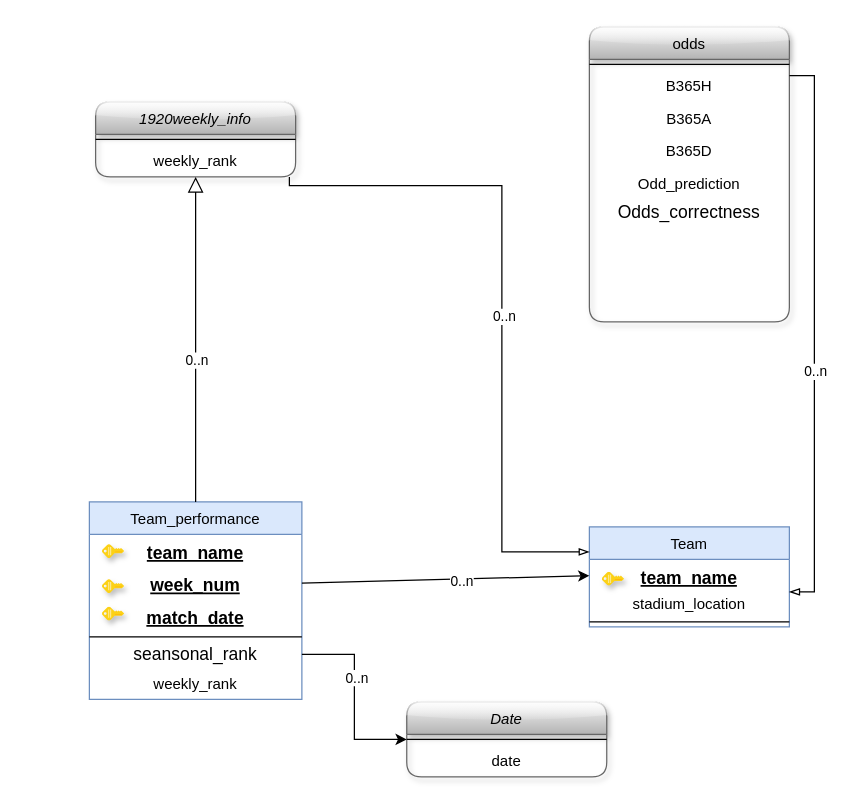
Earlier version of the draw.io diagram 未命名绘图.drawio (mingchao080910/awesome-javascript). Source tidied: cells renumbered, new cells numbered last; positions are measured from the earlier drawing's top-left corner, leaving out a move shared by most shapes. Both pictures are drawn from the tidied source at 125%, with x=0, y=0 at pixel (89, 26).
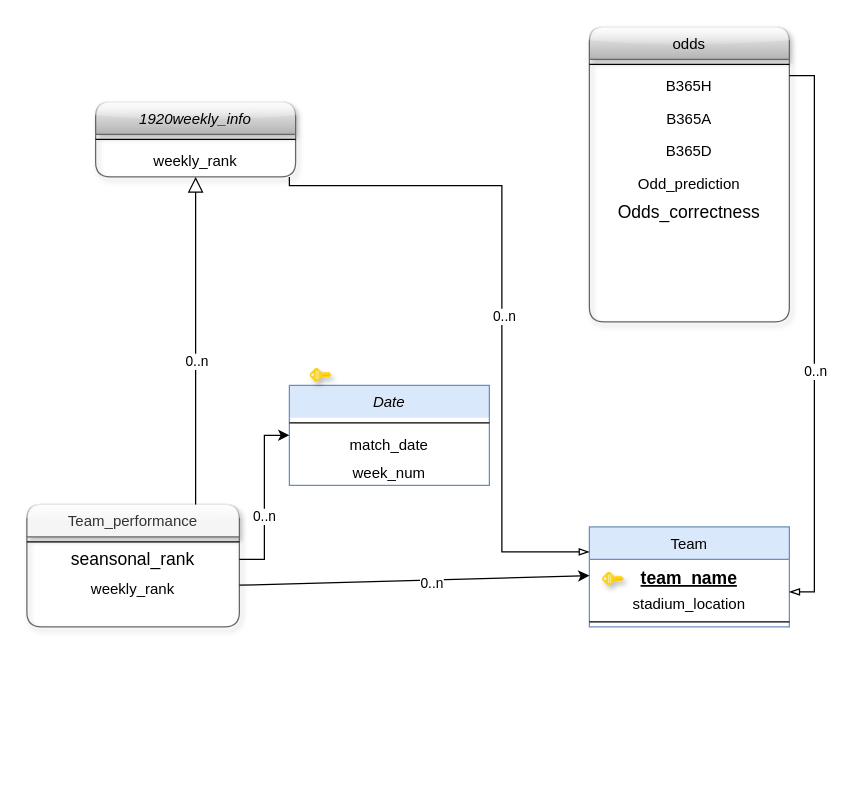
The same diagram, later.

Unchanged cells that the change refers to:
```xml
<mxCell id="16" value="team_name" style="text;align=center;verticalAlign=top;spacingLeft=4;spacingRight=4;overflow=hidden;points=[[0,0.5],[1,0.5]];portConstraint=eastwest;fontStyle=5;fontSize=14;" parent="15" vertex="1">
  <mxGeometry y="26" width="160" height="26" as="geometry" />
</mxCell>
```

The edit, as a diff of the source:
```diff
@@
-    <mxCell id="5" value="Team_performance" style="swimlane;fontStyle=0;align=center;verticalAlign=top;horizontal=1;startSize=26;rounded=0;shadow=0;strokeWidth=1;fillColor=#dae8fc;strokeColor=#6c8ebf;" parent="1" vertex="1">
-      <mxGeometry y="380" width="170" height="158" as="geometry" />
+    <mxCell id="5" value="Team_performance" style="swimlane;fontStyle=0;align=center;verticalAlign=top;horizontal=1;startSize=26;rounded=1;shadow=1;strokeWidth=1;fillColor=#f5f5f5;strokeColor=#666666;glass=1;fontColor=#333333;" parent="1" vertex="1">
+      <mxGeometry x="-50" y="382" width="170" height="98" as="geometry" />
     </mxCell>
-    <mxCell id="6" value="team_name" style="text;align=center;verticalAlign=top;spacingLeft=4;spacingRight=4;overflow=hidden;points=[[0,0.5],[1,0.5]];portConstraint=eastwest;fontStyle=5;fontSize=14;" parent="5" vertex="1">
-      <mxGeometry y="26" width="170" height="26" as="geometry" />
-    </mxCell>
-    <mxCell id="7" value="week_num" style="text;align=center;verticalAlign=top;spacingLeft=4;spacingRight=4;overflow=hidden;points=[[0,0.5],[1,0.5]];portConstraint=eastwest;rounded=0;shadow=0;html=0;fontSize=14;fontStyle=5;" parent="5" vertex="1">
-      <mxGeometry y="52" width="170" height="26" as="geometry" />
-    </mxCell>
-    <mxCell id="8" value="match_date" style="text;align=center;verticalAlign=top;spacingLeft=4;spacingRight=4;overflow=hidden;fontStyle=5;fontSize=14;" parent="5" vertex="1">
-      <mxGeometry y="78" width="170" height="26" as="geometry" />
-    </mxCell>
     <mxCell id="9" style="line;html=1;strokeWidth=1;align=center;verticalAlign=middle;spacingTop=-1;spacingLeft=3;spacingRight=3;labelPosition=right;" parent="5" vertex="1">
-      <mxGeometry y="104" width="170" height="8" as="geometry" />
+      <mxGeometry y="26" width="170" height="8" as="geometry" />
     </mxCell>
     <mxCell id="10" value="seansonal_rank" style="text;html=1;strokeColor=none;fillColor=none;align=center;verticalAlign=middle;whiteSpace=wrap;rounded=0;fontSize=14;" parent="5" vertex="1">
-      <mxGeometry y="112" width="170" height="20" as="geometry" />
+      <mxGeometry y="34" width="170" height="20" as="geometry" />
     </mxCell>
     <mxCell id="11" value="weekly_rank" style="text;align=center;verticalAlign=top;spacingLeft=4;spacingRight=4;overflow=hidden;points=[[0,0.5],[1,0.5]];portConstraint=eastwest;" parent="5" vertex="1">
-      <mxGeometry y="132" width="170" height="26" as="geometry" />
+      <mxGeometry y="54" width="170" height="26" as="geometry" />
     </mxCell>
-    <mxCell id="12" style="edgeStyle=orthogonalEdgeStyle;rounded=0;orthogonalLoop=1;jettySize=auto;html=1;exitX=1;exitY=0.5;exitDx=0;exitDy=0;fontSize=14;endArrow=blockThin;endFill=0;align=center;" parent="5" edge="1" source="6" target="6">
-      <mxGeometry relative="1" as="geometry" />
+    <mxCell id="12" style="edgeStyle=orthogonalEdgeStyle;rounded=0;orthogonalLoop=1;jettySize=auto;html=1;exitX=1;exitY=0.5;exitDx=0;exitDy=0;fontSize=14;endArrow=blockThin;endFill=0;align=center;" parent="5" edge="1">
+      <mxGeometry relative="1" as="geometry">
+        <mxPoint x="170" y="39" as="sourcePoint" />
+        <mxPoint x="170" y="39" as="targetPoint" />
+      </mxGeometry>
     </mxCell>
@@
-    <mxCell id="30" style="endArrow=classic;html=1;exitX=1;exitY=0.5;exitDx=0;exitDy=0;entryX=0;entryY=0.5;entryDx=0;entryDy=0;" parent="1" edge="1" source="7" target="16">
+    <mxCell id="30" style="endArrow=classic;html=1;entryX=0;entryY=0.5;entryDx=0;entryDy=0;" parent="1" edge="1" source="11" target="16">
       <mxGeometry relative="1" as="geometry" />
     </mxCell>
@@
-    <mxCell id="32" style="html=1;align=center;image;fontSize=12;image=img/lib/mscae/Key.svg;rounded=1;shadow=1;glass=1;rotation=-90;" parent="1" vertex="1">
-      <mxGeometry x="14" y="410" width="11" height="17.7" as="geometry" />
-    </mxCell>
-    <mxCell id="33" style="html=1;align=center;image;fontSize=12;image=img/lib/mscae/Key.svg;rounded=1;shadow=1;glass=1;rotation=-90;" parent="1" vertex="1">
-      <mxGeometry x="14" y="438" width="11" height="17.7" as="geometry" />
-    </mxCell>
-    <mxCell id="34" style="html=1;align=center;image;fontSize=12;image=img/lib/mscae/Key.svg;rounded=1;shadow=1;glass=1;rotation=-90;" parent="1" vertex="1">
-      <mxGeometry x="14" y="460" width="11" height="17.7" as="geometry" />
-    </mxCell>
@@
-    <mxCell id="36" value="Date" style="swimlane;fontStyle=2;align=center;verticalAlign=top;horizontal=1;startSize=26;rounded=1;shadow=1;strokeWidth=1;fillColor=#f5f5f5;strokeColor=#666666;gradientColor=#b3b3b3;glass=1;" parent="1" vertex="1">
-      <mxGeometry x="253.9" y="540" width="160" height="60" as="geometry" />
+    <mxCell id="36" value="Date" style="swimlane;fontStyle=2;align=center;verticalAlign=top;horizontal=1;startSize=26;rounded=0;shadow=0;strokeWidth=1;fillColor=#dae8fc;strokeColor=#6c8ebf;glass=0;swimlaneLine=0;" parent="1" vertex="1">
+      <mxGeometry x="160" y="286.7" width="160" height="80" as="geometry" />
     </mxCell>
@@
-    <mxCell id="38" value="date" style="text;align=center;verticalAlign=top;spacingLeft=4;spacingRight=4;overflow=hidden;rounded=1;shadow=0;html=0;glass=1;" parent="36" vertex="1">
+    <mxCell id="38" value="match_date" style="text;align=center;verticalAlign=top;spacingLeft=4;spacingRight=4;overflow=hidden;rounded=1;shadow=0;html=0;glass=1;" parent="36" vertex="1">
       <mxGeometry y="34" width="160" height="26" as="geometry" />
     </mxCell>
+    <mxCell id="7" value="week_num" style="text;html=1;strokeColor=none;fillColor=none;align=center;verticalAlign=middle;whiteSpace=wrap;rounded=0;shadow=0;glass=0;" parent="36" vertex="1">
+      <mxGeometry y="60" width="160" height="20" as="geometry" />
+    </mxCell>
@@
+    <mxCell id="41" style="html=1;align=center;image;fontSize=12;image=img/lib/mscae/Key.svg;rounded=1;shadow=1;glass=1;rotation=-90;" parent="1" vertex="1">
+      <mxGeometry x="180" y="269" width="11" height="17.7" as="geometry" />
+    </mxCell>
```
